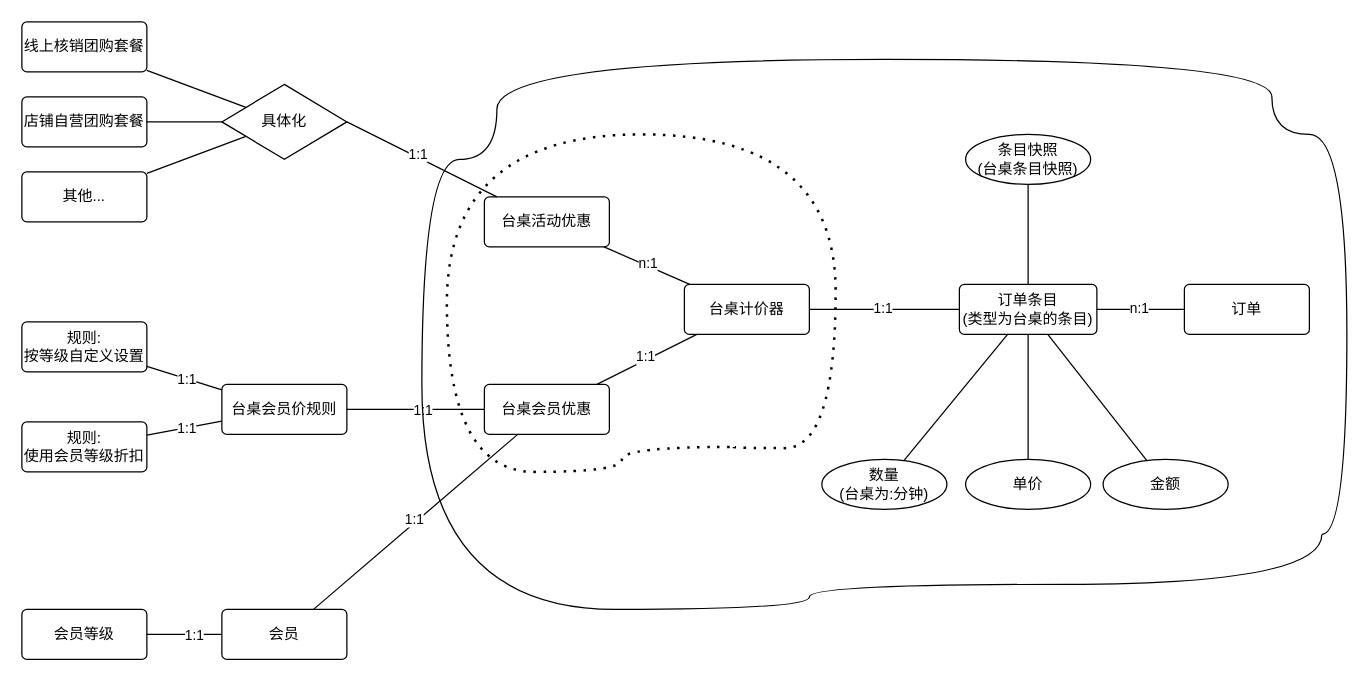
This is 台桌计费.drawio from hizhou/writedown, a draw.io file, before an edit. Source tidied: cells renumbered, new cells numbered last; positions are measured from the earlier drawing's top-left corner, leaving out a move shared by most shapes. Both pictures are drawn from the tidied source at 125%, with x=0, y=0 at pixel (21, 21).
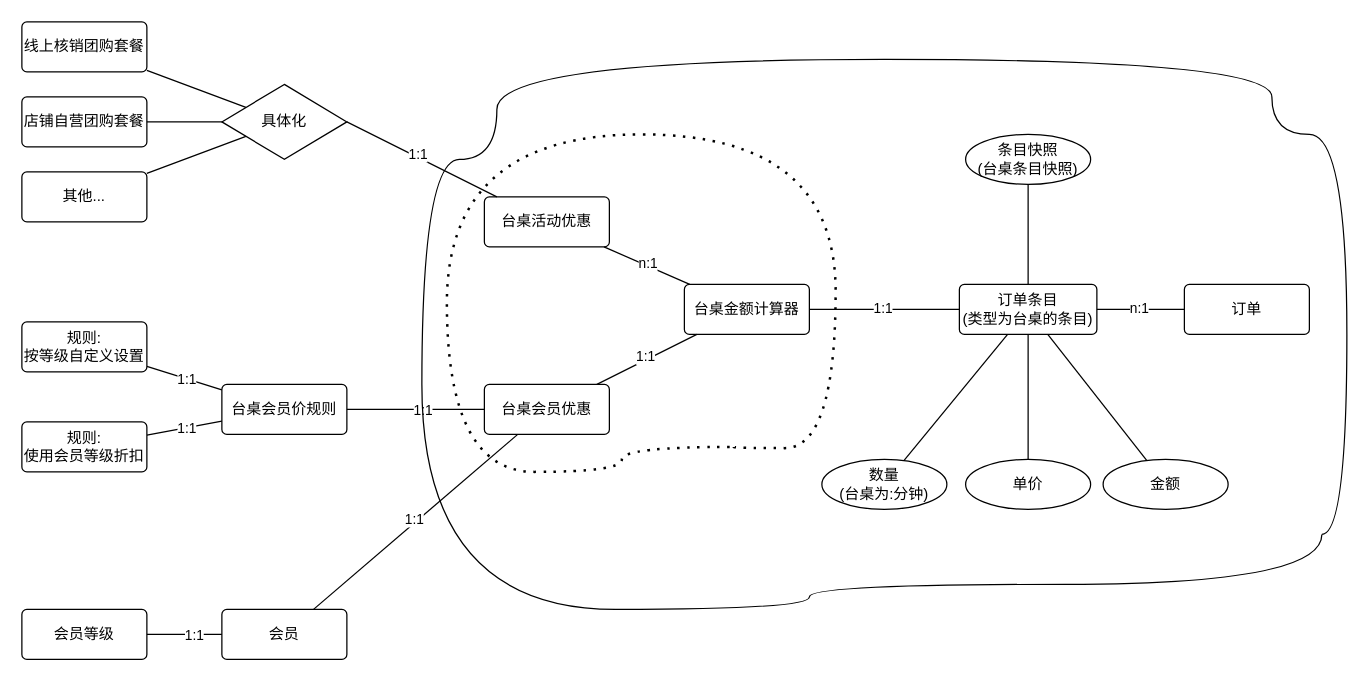
The same page after the edit.

Commit message:
更新台桌计费.drawio

What changed in the source:
```diff
@@
-    <mxCell id="4" value="台桌计价器" style="rounded=1;arcSize=10;whiteSpace=wrap;html=1;align=center;" parent="1" vertex="1">
+    <mxCell id="4" value="台桌金额计算器" style="rounded=1;arcSize=10;whiteSpace=wrap;html=1;align=center;" parent="1" vertex="1">
       <mxGeometry x="530" y="210" width="100" height="40" as="geometry" />
     </mxCell>
```
